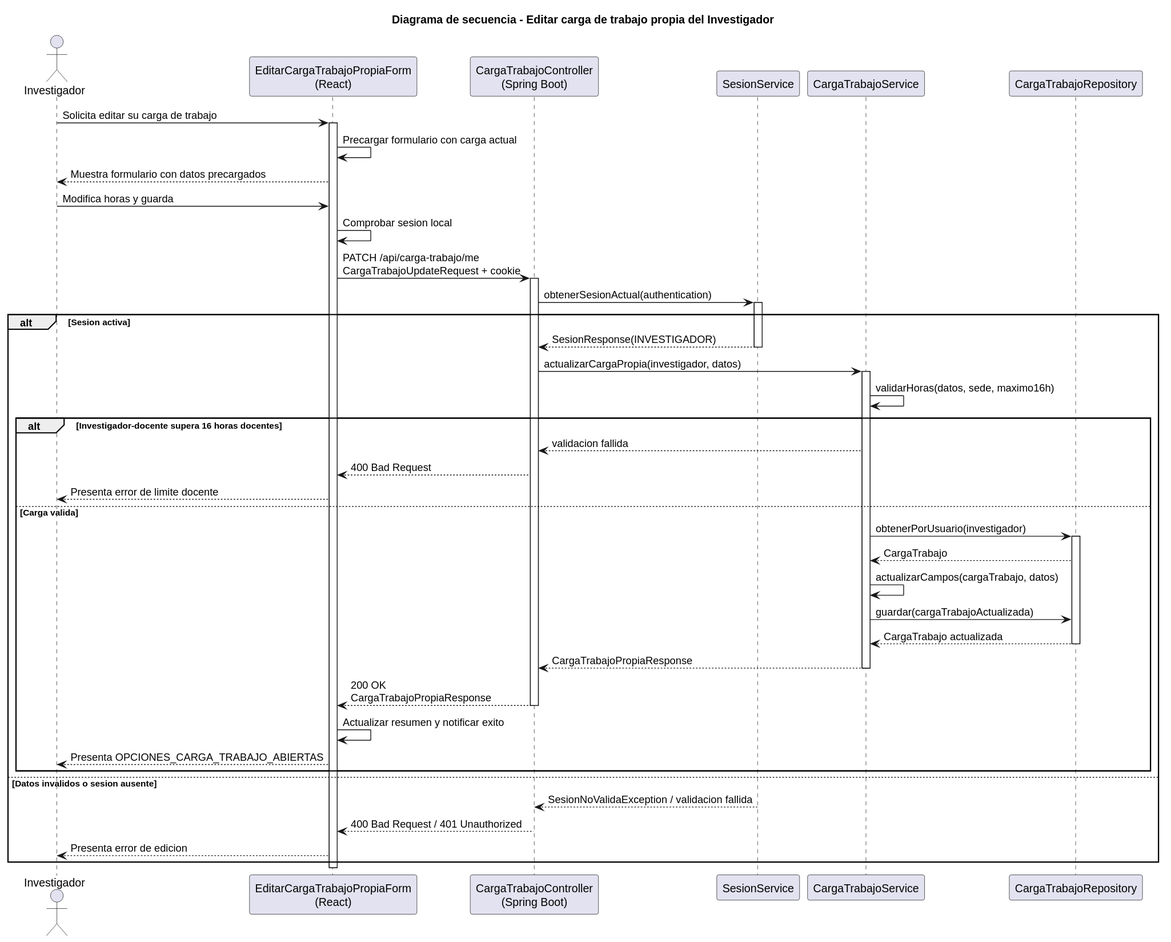
beatriizorozco/25-26-idsw2-sdVC keeps this PlantUML diagram as images/RUP/02-diseño/casos-uso/investigador/editarCargaTrabajo/secuencia.svg. Above is the earlier version.
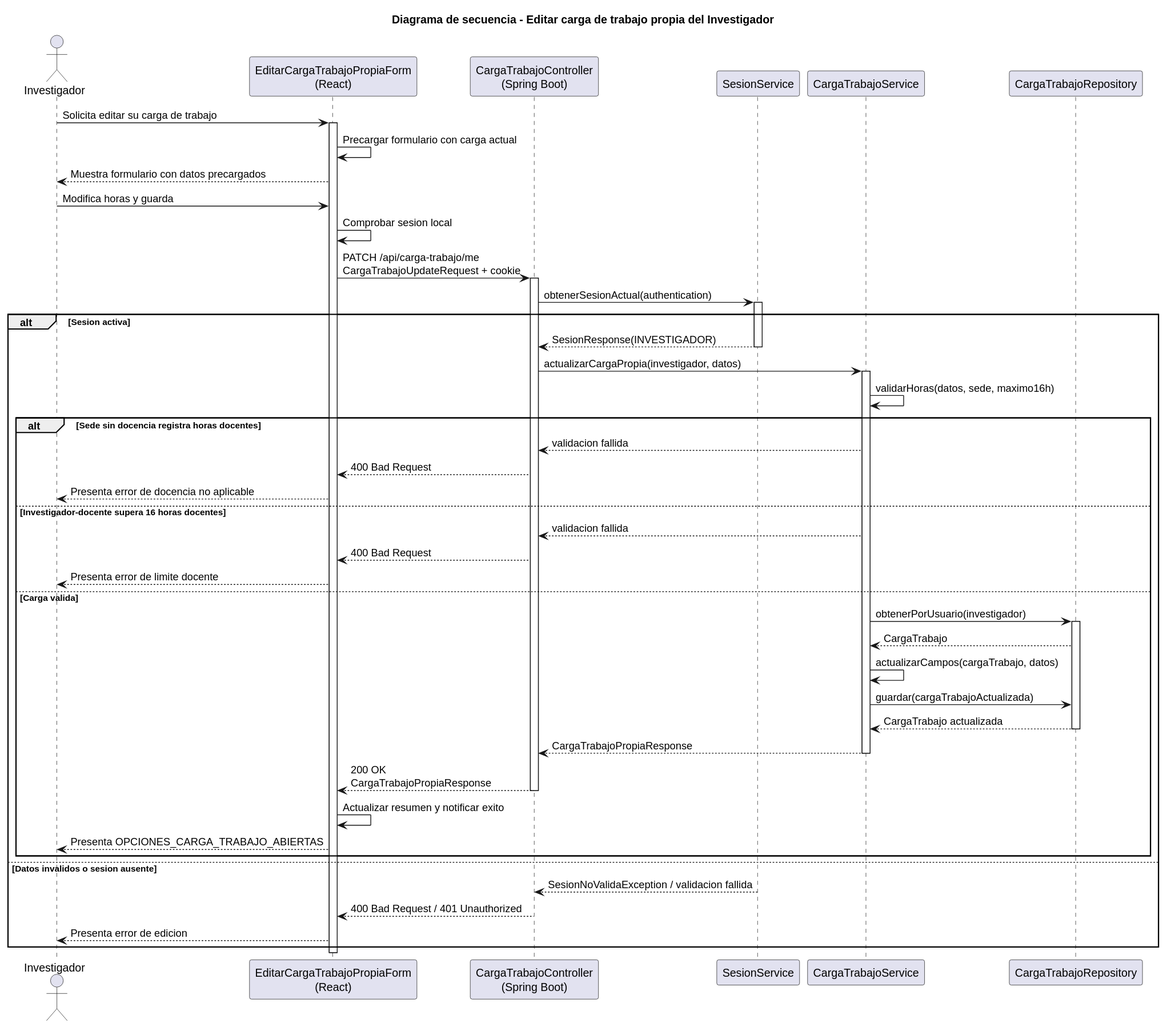
Later version of the same file.

What changed in the source:
```diff
@@ -24,7 +24,11 @@
     Api -> Service: actualizarCargaPropia(investigador, datos)
     activate Service
     Service -> Service: validarHoras(datos, sede, maximo16h)
-    alt Investigador-docente supera 16 horas docentes
+    alt Sede sin docencia registra horas docentes
+        Service --> Api: validacion fallida
+        Api --> Frontend: 400 Bad Request
+        Frontend --> Investigador: Presenta error de docencia no aplicable
+    else Investigador-docente supera 16 horas docentes
         Service --> Api: validacion fallida
         Api --> Frontend: 400 Bad Request
         Frontend --> Investigador: Presenta error de limite docente
```
